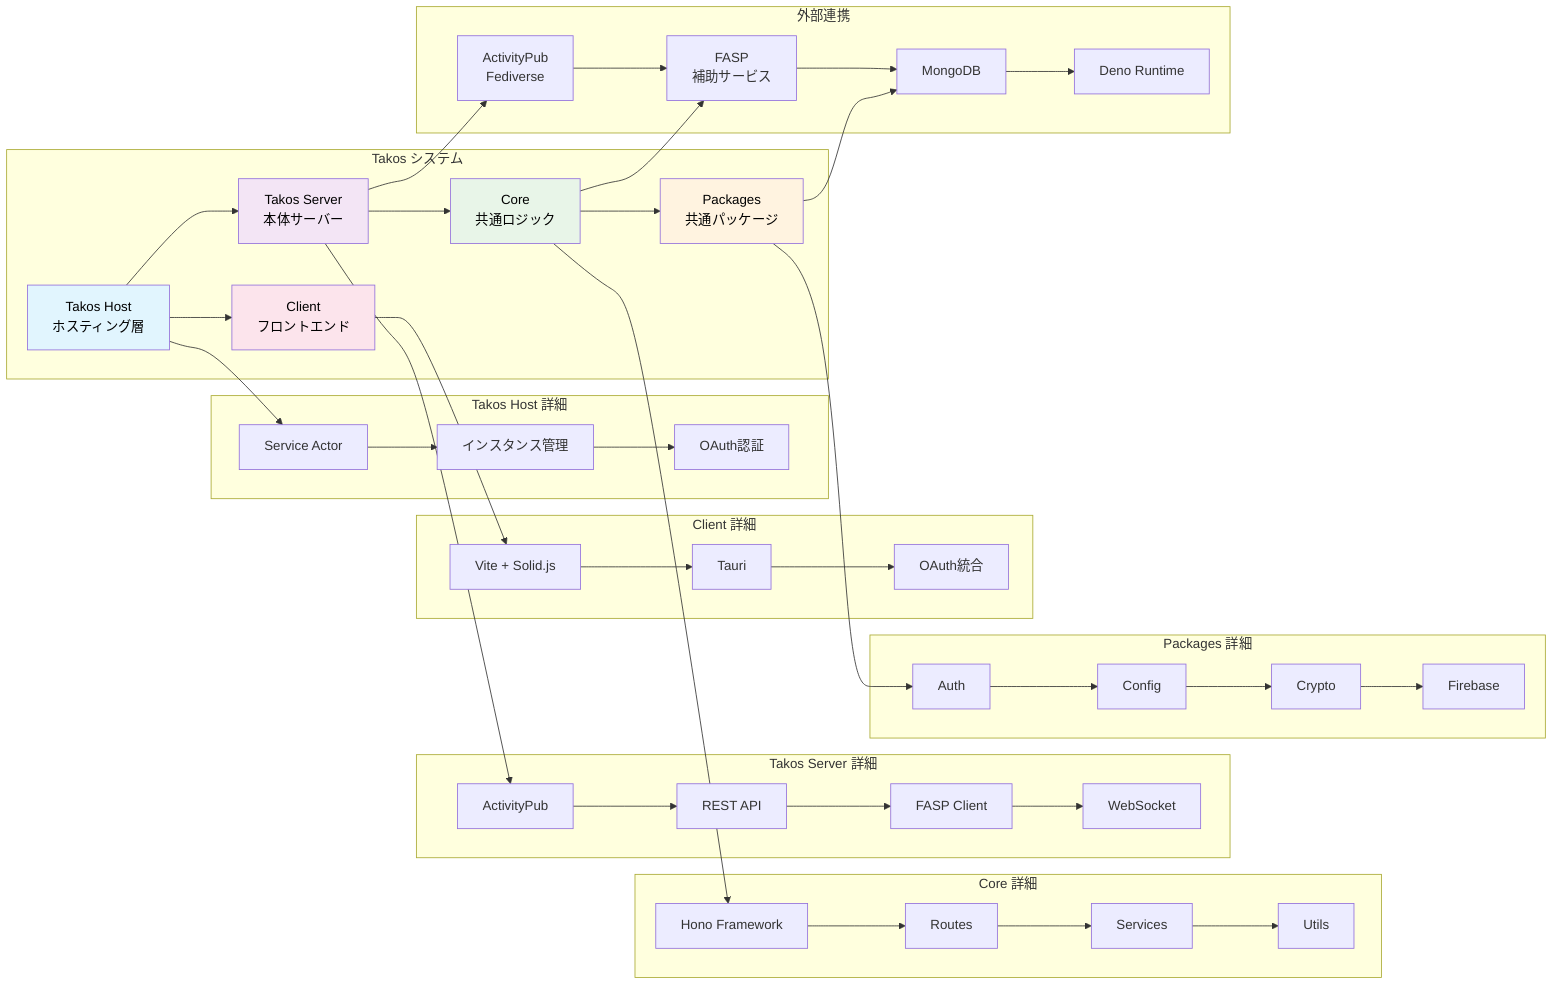
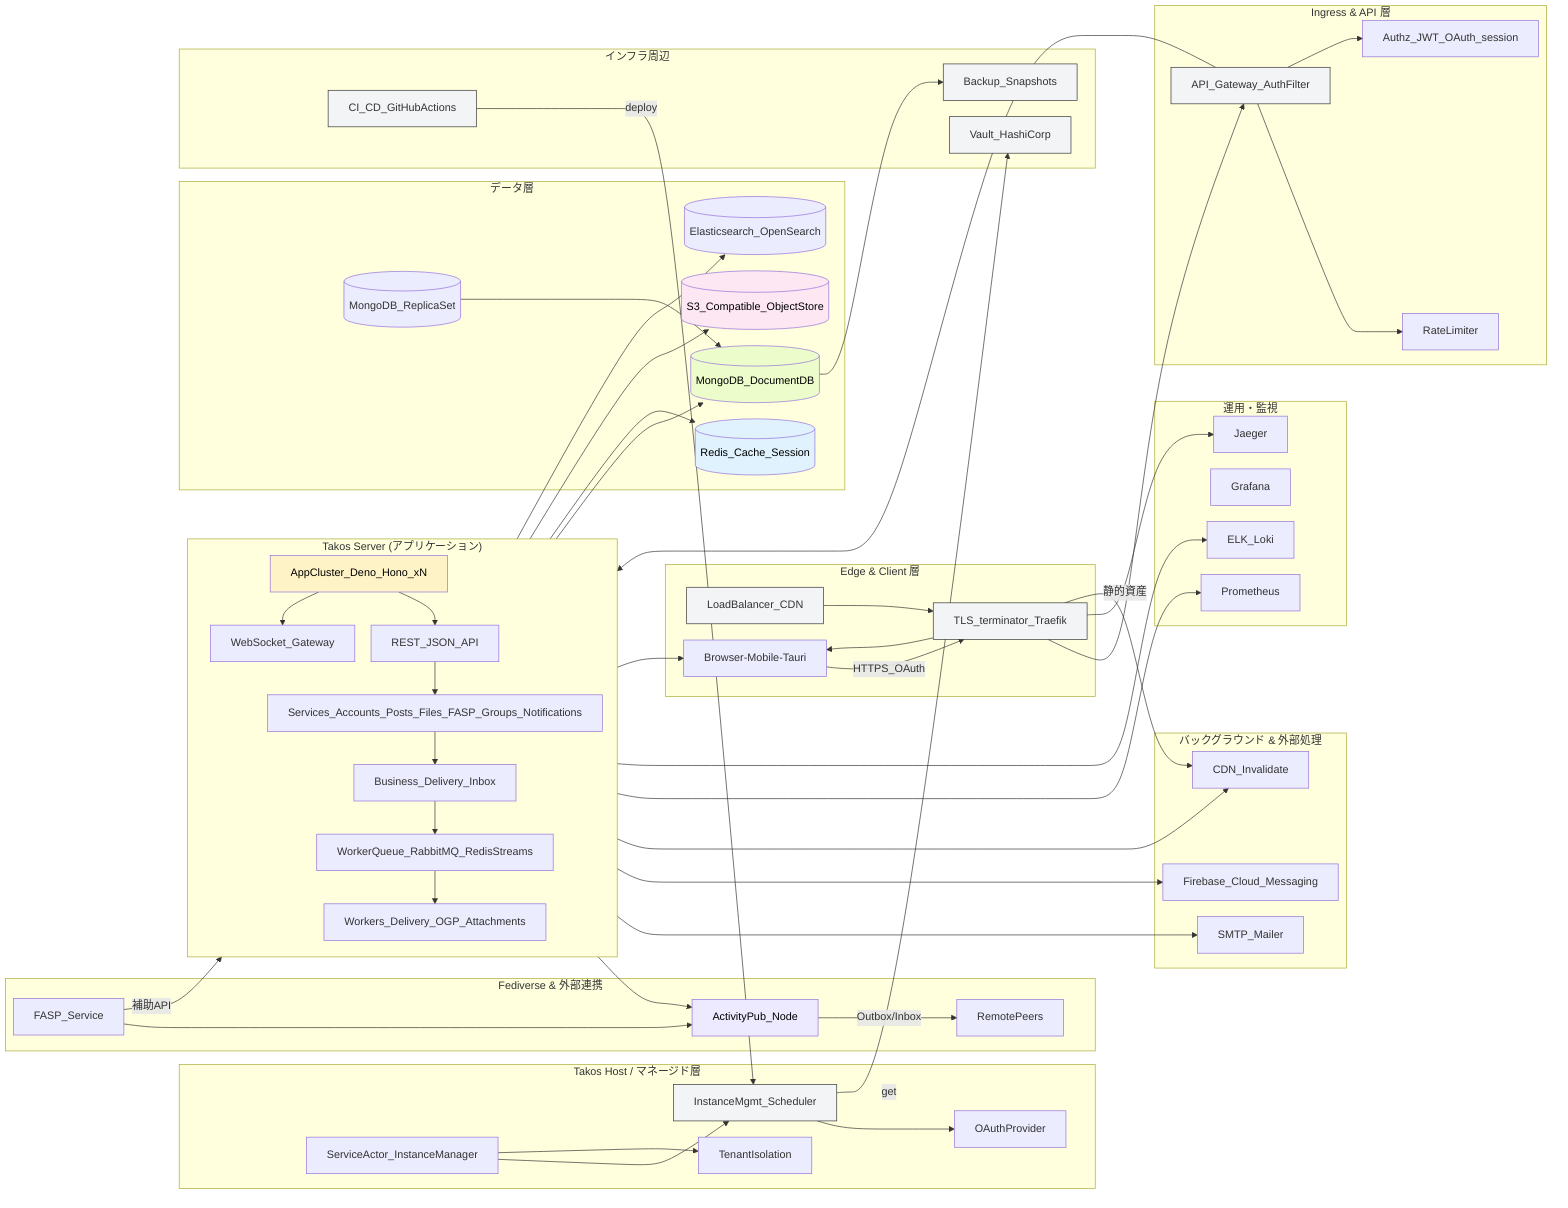
+ %%{init: {"flowchart": {"nodeSpacing": 24, "rankSpacing": 24}, "themeVariables": {"edgeLength": 20}}}%%
flowchart LR
-     subgraph "Takos システム"
-         A[Takos Host<br/>ホスティング層] --> B[Takos Server<br/>本体サーバー]
-         B --> C[Core<br/>共通ロジック]
-         C --> D[Packages<br/>共通パッケージ]
-         A --> E[Client<br/>フロントエンド]
+     %% Takos 高忠実度アーキテクチャ図
+     subgraph "Edge & Client 層"
+         ALB[LoadBalancer_CDN]
+         ALB --> Proxy[TLS_terminator_Traefik]
+         Proxy --> Client[Browser-Mobile-Tauri]
+         Client -->|HTTPS_OAuth| Proxy
    end

-     subgraph "Takos Host 詳細"
-         F[Service Actor] --> G[インスタンス管理]
-         G --> H[OAuth認証]
+     subgraph "Ingress & API 層"
+         Proxy --> APIGW[API_Gateway_AuthFilter]
+         APIGW --> RateLimiter[RateLimiter]
+         APIGW --> Authz[Authz_JWT_OAuth_session]
    end

-     subgraph "Takos Server 詳細"
-         I[ActivityPub] --> J[REST API]
-         J --> K[FASP Client]
-         K --> L[WebSocket]
+     subgraph "Takos Server (アプリケーション)"
+         direction TB
+         AppCluster[AppCluster_Deno_Hono_xN] --> WebSocketGW[WebSocket_Gateway]
+         AppCluster --> REST[REST_JSON_API]
+         REST --> Services[Services_Accounts_Posts_Files_FASP_Groups_Notifications]
+         Services --> Business[Business_Delivery_Inbox]
+         Business --> WorkerQueue[WorkerQueue_RabbitMQ_RedisStreams]
+         WorkerQueue --> Workers[Workers_Delivery_OGP_Attachments]
    end

-     subgraph "Client 詳細"
-         M[Vite + Solid.js] --> N[Tauri]
-         N --> O[OAuth統合]
+     subgraph "Takos Host / マネージド層"
+         ServiceActor[ServiceActor_InstanceManager]
+         ServiceActor --> InstanceMgmt[InstanceMgmt_Scheduler]
+         InstanceMgmt --> OAuthProvider[OAuthProvider]
+         ServiceActor --> TenantIsolate[TenantIsolation]
    end

-     subgraph "Core 詳細"
-         P[Hono Framework] --> Q[Routes]
-         Q --> R[Services]
-         R --> S[Utils]
+     subgraph "Fediverse & 外部連携"
+         ActivityPub[ActivityPub_Node]
+         FASP[FASP_Service]
+         ActivityPub -->|Outbox/Inbox| RemotePeers[RemotePeers]
+         FASP --> ActivityPub
    end

-     subgraph "Packages 詳細"
-         T[Auth] --> U[Config]
-         U --> V[Crypto]
-         V --> W[Firebase]
-     end
-     subgraph "外部連携"
-         X[ActivityPub<br/>Fediverse] --> Y[FASP<br/>補助サービス]
-         Y --> Z[MongoDB]
-         Z --> AA[Deno Runtime]
+     subgraph "データ層"
+         DB[(MongoDB_DocumentDB)]
+         DBReplica[(MongoDB_ReplicaSet)]
+         Cache[(Redis_Cache_Session)]
+         ObjectStore[(S3_Compatible_ObjectStore)]
+         Search[(Elasticsearch_OpenSearch)]
+         DBReplica --> DB
+         Services --> DB
+         Services --> Cache
+         Services --> ObjectStore
+         Services --> Search
    end

-     A --> F
-     B --> I
-     E --> M
-     C --> P
-     D --> T
-     B --> X
-     C --> Y
-     D --> Z
+     subgraph "バックグラウンド & 外部処理"
+         Workers --> Email[SMTP_Mailer]
+         Workers --> Push[Firebase_Cloud_Messaging]
+         Workers --> CDN[CDN_Invalidate]
+     end

-     style A fill:#e1f5fe,color:#000000
-     style B fill:#f3e5f5,color:#000000
-     style C fill:#e8f5e8,color:#000000
-     style D fill:#fff3e0,color:#000000
-     style E fill:#fce4ec,color:#000000
+     subgraph "運用・監視"
+         Prom[Prometheus]
+         Graf[Grafana]
+         Logs[ELK_Loki]
+         Traces[Jaeger]
+         AppCluster --> Prom
+         Workers --> Logs
+         Proxy --> Traces
+     end
+ 
+     subgraph "インフラ周辺"
+         CI[CI_CD_GitHubActions]
+         Vault[Vault_HashiCorp]
+         Backup[Backup_Snapshots]
+         CI -->|deploy| InstanceMgmt
+         InstanceMgmt -->|get| Vault
+         DB --> Backup
+     end
+ 
+     %% 主要接続
+     APIGW --> AppCluster
+     AppCluster --> ActivityPub
+     FASP -->|補助API| Services
+     WebSocketGW --> Client
+     Proxy -->|静的資産| CDN
+ 
+     %% 補助ラベル
+     classDef infra fill:#f3f4f6,stroke:#333
+     class ALB,Proxy,APIGW,InstanceMgmt,CI,Vault,Backup infra
+ 
+     style AppCluster fill:#fef3c7,color:#000
+     style DB fill:#ecfccb,color:#000
+     style Cache fill:#e0f2fe,color:#000
+     style ObjectStore fill:#fce7f3,color:#000
+     style ActivityPub fill:#ede9fe,color:#000
+ 
+     %% ノート: 矢印は主なデータフローを表します。設計によりフェデレーション、非同期配信、可観測性、バックアップ、テナント分離が明確になります。
